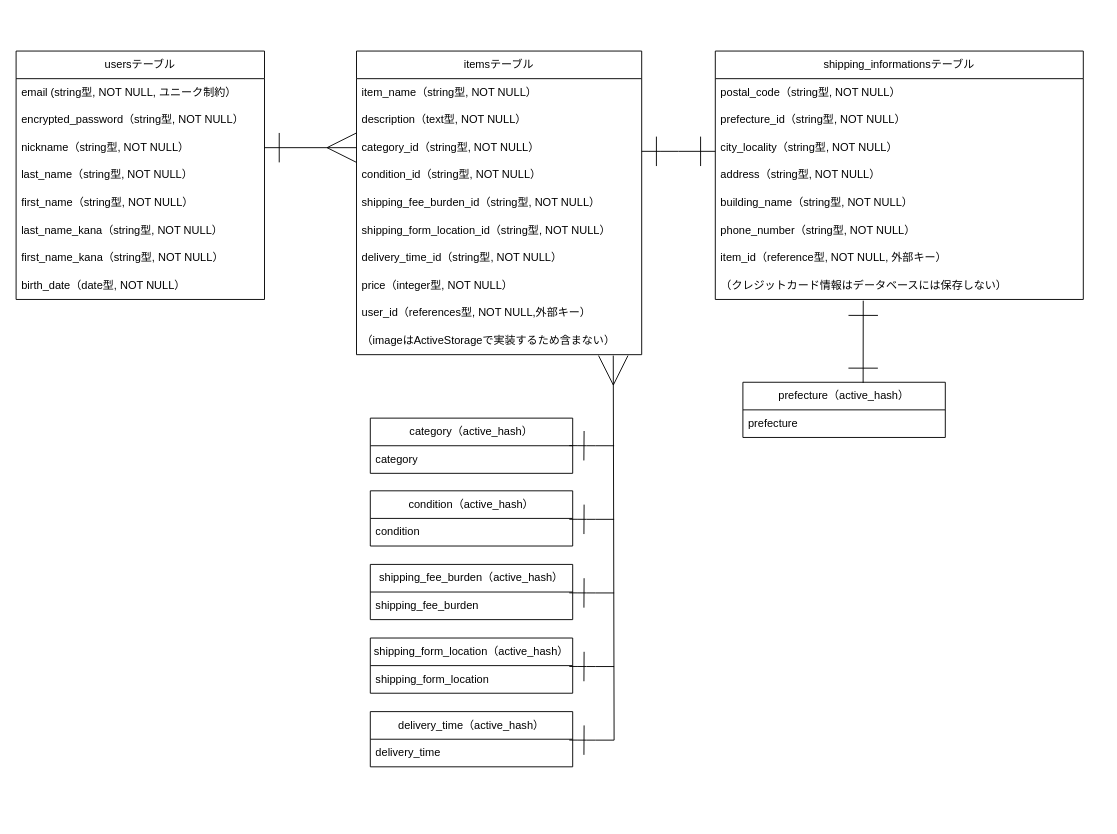
kakinotane77/furima-41868 keeps this draw.io diagram as ER.dio. Above is the earlier version. Source tidied: cells renumbered, new cells numbered last; positions are measured from the earlier drawing's top-left corner, leaving out a move shared by most shapes. Both pictures are drawn from the tidied source at 92%, with x=0, y=0 at pixel (16, 51).
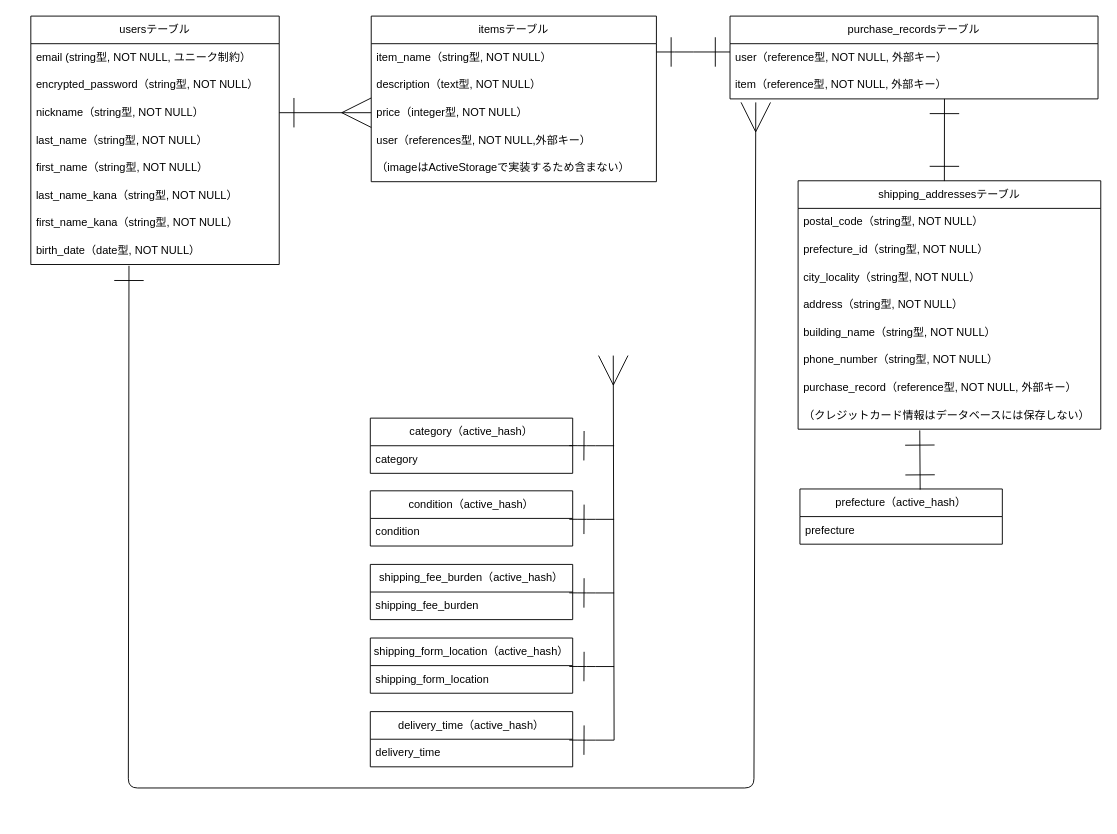
The same page after the edit.

Commit message (it also covers changes not shown here):
データベース設計（修正2）#3

The change refers to these unchanged cells:
```xml
<mxCell id="5" value="nickname（string型, NOT NULL）" style="text;strokeColor=none;fillColor=none;align=left;verticalAlign=middle;spacingLeft=4;spacingRight=4;overflow=hidden;points=[[0,0.5],[1,0.5]];portConstraint=eastwest;whiteSpace=wrap;html=1;" parent="2" vertex="1">
  <mxGeometry y="90" width="270" height="30" as="geometry" />
</mxCell>
```

Diff of the diagram source:
```diff
@@
     <mxCell id="2" value="usersテーブル" style="swimlane;fontStyle=0;horizontal=1;startSize=30;whiteSpace=wrap;html=1;" parent="1" vertex="1">
-      <mxGeometry width="270" height="270" as="geometry" />
+      <mxGeometry x="16" y="-38" width="270" height="270" as="geometry" />
     </mxCell>
@@
     <mxCell id="11" value="itemsテーブル" style="swimlane;fontStyle=0;horizontal=1;startSize=30;whiteSpace=wrap;html=1;" parent="1" vertex="1">
-      <mxGeometry x="370" width="310" height="330" as="geometry" />
+      <mxGeometry x="386" y="-38" width="310" height="180" as="geometry" />
     </mxCell>
@@
-    <mxCell id="14" value="category_id（string型, NOT NULL）" style="text;strokeColor=none;fillColor=none;align=left;verticalAlign=middle;spacingLeft=4;spacingRight=4;overflow=hidden;points=[[0,0.5],[1,0.5]];portConstraint=eastwest;whiteSpace=wrap;html=1;" parent="11" vertex="1">
-      <mxGeometry y="90" width="310" height="30" as="geometry" />
-    </mxCell>
-    <mxCell id="15" value="condition_id（string型, NOT NULL）" style="text;strokeColor=none;fillColor=none;align=left;verticalAlign=middle;spacingLeft=4;spacingRight=4;overflow=hidden;whiteSpace=wrap;html=1;" parent="11" vertex="1">
-      <mxGeometry y="120" width="310" height="30" as="geometry" />
-    </mxCell>
-    <mxCell id="16" value="shipping_fee_burden_id（string型, NOT NULL）" style="text;strokeColor=none;fillColor=none;align=left;verticalAlign=middle;spacingLeft=4;spacingRight=4;overflow=hidden;whiteSpace=wrap;html=1;" parent="11" vertex="1">
-      <mxGeometry y="150" width="310" height="30" as="geometry" />
-    </mxCell>
-    <mxCell id="17" value="shipping_form_location_id（string型, NOT NULL）" style="text;strokeColor=none;fillColor=none;align=left;verticalAlign=middle;spacingLeft=4;spacingRight=4;overflow=hidden;whiteSpace=wrap;html=1;" parent="11" vertex="1">
-      <mxGeometry y="180" width="310" height="30" as="geometry" />
-    </mxCell>
-    <mxCell id="18" value="delivery_time_id（string型, NOT NULL）" style="text;strokeColor=none;fillColor=none;align=left;verticalAlign=middle;spacingLeft=4;spacingRight=4;overflow=hidden;whiteSpace=wrap;html=1;" parent="11" vertex="1">
-      <mxGeometry y="210" width="310" height="30" as="geometry" />
-    </mxCell>
     <mxCell id="19" value="price（integer型, NOT NULL）" style="text;strokeColor=none;fillColor=none;align=left;verticalAlign=middle;spacingLeft=4;spacingRight=4;overflow=hidden;whiteSpace=wrap;html=1;" parent="11" vertex="1">
-      <mxGeometry y="240" width="310" height="30" as="geometry" />
+      <mxGeometry y="90" width="310" height="30" as="geometry" />
     </mxCell>
-    <mxCell id="20" value="user_id（references型, NOT NULL,外部キー）" style="text;strokeColor=none;fillColor=none;align=left;verticalAlign=middle;spacingLeft=4;spacingRight=4;overflow=hidden;whiteSpace=wrap;html=1;" parent="11" vertex="1">
-      <mxGeometry y="270" width="310" height="30" as="geometry" />
+    <mxCell id="20" value="user（references型, NOT NULL,外部キー）" style="text;strokeColor=none;fillColor=none;align=left;verticalAlign=middle;spacingLeft=4;spacingRight=4;overflow=hidden;whiteSpace=wrap;html=1;" parent="11" vertex="1">
+      <mxGeometry y="120" width="310" height="30" as="geometry" />
     </mxCell>
     <mxCell id="21" value="（imageはActiveStorageで実装するため含まない）" style="text;strokeColor=none;fillColor=none;align=left;verticalAlign=middle;spacingLeft=4;spacingRight=4;overflow=hidden;whiteSpace=wrap;html=1;" parent="11" vertex="1">
-      <mxGeometry y="300" width="310" height="30" as="geometry" />
+      <mxGeometry y="150" width="310" height="30" as="geometry" />
     </mxCell>
-    <mxCell id="22" style="edgeStyle=none;html=1;exitX=1;exitY=0.5;exitDx=0;exitDy=0;endArrow=ERmany;endFill=0;endSize=30;startArrow=ERone;startFill=0;startSize=30;" parent="1" edge="1" source="5" target="14">
-      <mxGeometry relative="1" as="geometry" />
+    <mxCell id="22" style="edgeStyle=none;html=1;exitX=1;exitY=0.5;exitDx=0;exitDy=0;endArrow=ERmany;endFill=0;endSize=30;startArrow=ERone;startFill=0;startSize=30;" parent="1" edge="1" source="5">
+      <mxGeometry relative="1" as="geometry">
+        <mxPoint x="386" y="67" as="targetPoint" />
+      </mxGeometry>
     </mxCell>
-    <mxCell id="23" value="shipping_informationsテーブル" style="swimlane;fontStyle=0;horizontal=1;startSize=30;whiteSpace=wrap;html=1;" parent="1" vertex="1">
-      <mxGeometry x="760" width="400" height="270" as="geometry" />
+    <mxCell id="23" value="purchase_recordsテーブル" style="swimlane;fontStyle=0;horizontal=1;startSize=30;whiteSpace=wrap;html=1;" parent="1" vertex="1">
+      <mxGeometry x="776" y="-38" width="400" height="90" as="geometry" />
     </mxCell>
-    <mxCell id="24" value="postal_code（string型, NOT NULL）" style="text;strokeColor=none;fillColor=none;align=left;verticalAlign=middle;spacingLeft=4;spacingRight=4;overflow=hidden;whiteSpace=wrap;html=1;" parent="23" vertex="1">
-      <mxGeometry y="30" width="400" height="30" as="geometry" />
-    </mxCell>
-    <mxCell id="25" value="prefecture_id（string型, NOT NULL）" style="text;strokeColor=none;fillColor=none;align=left;verticalAlign=middle;spacingLeft=4;spacingRight=4;overflow=hidden;whiteSpace=wrap;html=1;" parent="23" vertex="1">
-      <mxGeometry y="60" width="400" height="30" as="geometry" />
-    </mxCell>
-    <mxCell id="26" value="city_locality（string型, NOT NULL）" style="text;strokeColor=none;fillColor=none;align=left;verticalAlign=middle;spacingLeft=4;spacingRight=4;overflow=hidden;whiteSpace=wrap;html=1;" parent="23" vertex="1">
-      <mxGeometry y="90" width="400" height="30" as="geometry" />
-    </mxCell>
-    <mxCell id="27" value="address（string型, NOT NULL）" style="text;strokeColor=none;fillColor=none;align=left;verticalAlign=middle;spacingLeft=4;spacingRight=4;overflow=hidden;whiteSpace=wrap;html=1;" parent="23" vertex="1">
-      <mxGeometry y="120" width="400" height="30" as="geometry" />
-    </mxCell>
-    <mxCell id="28" value="building_name（string型, NOT NULL）" style="text;strokeColor=none;fillColor=none;align=left;verticalAlign=middle;spacingLeft=4;spacingRight=4;overflow=hidden;whiteSpace=wrap;html=1;" parent="23" vertex="1">
-      <mxGeometry y="150" width="400" height="30" as="geometry" />
-    </mxCell>
-    <mxCell id="29" value="phone_number（string型, NOT NULL）" style="text;strokeColor=none;fillColor=none;align=left;verticalAlign=middle;spacingLeft=4;spacingRight=4;overflow=hidden;whiteSpace=wrap;html=1;" parent="23" vertex="1">
-      <mxGeometry y="180" width="400" height="30" as="geometry" />
+    <mxCell id="29" value="user（reference型, NOT NULL, 外部キー）" style="text;strokeColor=none;fillColor=none;align=left;verticalAlign=middle;spacingLeft=4;spacingRight=4;overflow=hidden;whiteSpace=wrap;html=1;" parent="23" vertex="1">
+      <mxGeometry y="30" width="400" height="30" as="geometry" />
     </mxCell>
-    <mxCell id="30" value="item_id（reference型, NOT NULL, 外部キー）" style="text;strokeColor=none;fillColor=none;align=left;verticalAlign=middle;spacingLeft=4;spacingRight=4;overflow=hidden;whiteSpace=wrap;html=1;" parent="23" vertex="1">
-      <mxGeometry y="210" width="400" height="30" as="geometry" />
+    <mxCell id="30" value="item（reference型, NOT NULL, 外部キー）" style="text;strokeColor=none;fillColor=none;align=left;verticalAlign=middle;spacingLeft=4;spacingRight=4;overflow=hidden;whiteSpace=wrap;html=1;" parent="23" vertex="1">
+      <mxGeometry y="60" width="400" height="30" as="geometry" />
     </mxCell>
-    <mxCell id="31" value="（クレジットカード情報はデータベースには保存しない）" style="text;strokeColor=none;fillColor=none;align=left;verticalAlign=middle;spacingLeft=4;spacingRight=4;overflow=hidden;points=[[0,0.5],[1,0.5]];portConstraint=eastwest;whiteSpace=wrap;html=1;" parent="23" vertex="1">
-      <mxGeometry y="240" width="400" height="30" as="geometry" />
-    </mxCell>
     <mxCell id="32" style="edgeStyle=none;html=1;endArrow=ERone;endFill=0;endSize=30;startArrow=ERone;startFill=0;startSize=30;entryX=1;entryY=0;entryDx=0;entryDy=0;entryPerimeter=0;" parent="1" edge="1">
       <mxGeometry relative="1" as="geometry">
-        <mxPoint x="760" y="109" as="sourcePoint" />
-        <mxPoint x="680" y="109" as="targetPoint" />
+        <mxPoint x="776" y="1" as="sourcePoint" />
+        <mxPoint x="696" y="1" as="targetPoint" />
         <Array as="points">
-          <mxPoint x="760" y="109" />
-          <mxPoint x="710" y="109" />
+          <mxPoint x="776" y="1" />
+          <mxPoint x="726" y="1" />
         </Array>
       </mxGeometry>
     </mxCell>
@@
-    <mxCell id="43" value="&lt;span style=&quot;text-align: left;&quot;&gt;prefecture&lt;/span&gt;&lt;span style=&quot;text-align: left;&quot;&gt;（active_hash）&lt;/span&gt;" style="swimlane;fontStyle=0;horizontal=1;startSize=30;whiteSpace=wrap;html=1;" parent="1" vertex="1">
-      <mxGeometry x="790" y="360" width="220" height="60" as="geometry" />
-    </mxCell>
-    <mxCell id="44" value="prefecture" style="text;strokeColor=none;fillColor=none;align=left;verticalAlign=middle;spacingLeft=4;spacingRight=4;overflow=hidden;whiteSpace=wrap;html=1;" parent="43" vertex="1">
-      <mxGeometry y="30" width="220" height="30" as="geometry" />
-    </mxCell>
-    <mxCell id="45" style="endArrow=ERone;html=1;entryX=0.402;entryY=1.044;entryDx=0;entryDy=0;entryPerimeter=0;exitX=0.594;exitY=0.011;exitDx=0;exitDy=0;exitPerimeter=0;startArrow=ERone;startFill=0;endSize=30;startSize=30;endFill=0;" parent="1" edge="1" source="43" target="31">
-      <mxGeometry relative="1" as="geometry" />
-    </mxCell>
@@
+    <mxCell id="52" value="shipping_addressesテーブル" style="swimlane;fontStyle=0;horizontal=1;startSize=30;whiteSpace=wrap;html=1;" parent="1" vertex="1">
+      <mxGeometry x="850" y="141" width="329" height="270" as="geometry" />
+    </mxCell>
+    <mxCell id="24" value="postal_code（string型, NOT NULL）" style="text;strokeColor=none;fillColor=none;align=left;verticalAlign=middle;spacingLeft=4;spacingRight=4;overflow=hidden;whiteSpace=wrap;html=1;" parent="52" vertex="1">
+      <mxGeometry y="30" width="329" height="30" as="geometry" />
+    </mxCell>
+    <mxCell id="25" value="prefecture_id（string型, NOT NULL）" style="text;strokeColor=none;fillColor=none;align=left;verticalAlign=middle;spacingLeft=4;spacingRight=4;overflow=hidden;whiteSpace=wrap;html=1;" parent="52" vertex="1">
+      <mxGeometry y="60" width="329" height="30" as="geometry" />
+    </mxCell>
+    <mxCell id="26" value="city_locality（string型, NOT NULL）" style="text;strokeColor=none;fillColor=none;align=left;verticalAlign=middle;spacingLeft=4;spacingRight=4;overflow=hidden;whiteSpace=wrap;html=1;" parent="52" vertex="1">
+      <mxGeometry y="90" width="329" height="30" as="geometry" />
+    </mxCell>
+    <mxCell id="27" value="address（string型, NOT NULL）" style="text;strokeColor=none;fillColor=none;align=left;verticalAlign=middle;spacingLeft=4;spacingRight=4;overflow=hidden;whiteSpace=wrap;html=1;" parent="52" vertex="1">
+      <mxGeometry y="120" width="329" height="30" as="geometry" />
+    </mxCell>
+    <mxCell id="28" value="building_name（string型, NOT NULL）" style="text;strokeColor=none;fillColor=none;align=left;verticalAlign=middle;spacingLeft=4;spacingRight=4;overflow=hidden;whiteSpace=wrap;html=1;" parent="52" vertex="1">
+      <mxGeometry y="150" width="329" height="30" as="geometry" />
+    </mxCell>
+    <mxCell id="53" value="phone_number（string型, NOT NULL）" style="text;strokeColor=none;fillColor=none;align=left;verticalAlign=middle;spacingLeft=4;spacingRight=4;overflow=hidden;whiteSpace=wrap;html=1;" parent="52" vertex="1">
+      <mxGeometry y="180" width="329" height="30" as="geometry" />
+    </mxCell>
+    <mxCell id="54" value="purchase_record（reference型, NOT NULL, 外部キー）" style="text;strokeColor=none;fillColor=none;align=left;verticalAlign=middle;spacingLeft=4;spacingRight=4;overflow=hidden;whiteSpace=wrap;html=1;" parent="52" vertex="1">
+      <mxGeometry y="210" width="329" height="30" as="geometry" />
+    </mxCell>
+    <mxCell id="31" value="（クレジットカード情報はデータベースには保存しない）" style="text;strokeColor=none;fillColor=none;align=left;verticalAlign=middle;spacingLeft=4;spacingRight=4;overflow=hidden;points=[[0,0.5],[1,0.5]];portConstraint=eastwest;whiteSpace=wrap;html=1;" parent="52" vertex="1">
+      <mxGeometry y="240" width="329" height="30" as="geometry" />
+    </mxCell>
+    <mxCell id="43" value="&lt;span style=&quot;text-align: left;&quot;&gt;prefecture&lt;/span&gt;&lt;span style=&quot;text-align: left;&quot;&gt;（active_hash）&lt;/span&gt;" style="swimlane;fontStyle=0;horizontal=1;startSize=30;whiteSpace=wrap;html=1;" parent="1" vertex="1">
+      <mxGeometry x="852" y="476" width="220" height="60" as="geometry" />
+    </mxCell>
+    <mxCell id="44" value="prefecture" style="text;strokeColor=none;fillColor=none;align=left;verticalAlign=middle;spacingLeft=4;spacingRight=4;overflow=hidden;whiteSpace=wrap;html=1;" parent="43" vertex="1">
+      <mxGeometry y="30" width="220" height="30" as="geometry" />
+    </mxCell>
+    <mxCell id="45" style="endArrow=ERone;html=1;entryX=0.402;entryY=1.044;entryDx=0;entryDy=0;entryPerimeter=0;exitX=0.594;exitY=0.011;exitDx=0;exitDy=0;exitPerimeter=0;startArrow=ERone;startFill=0;endSize=30;startSize=30;endFill=0;" parent="1" edge="1" source="43" target="31">
+      <mxGeometry relative="1" as="geometry" />
+    </mxCell>
+    <mxCell id="55" style="endArrow=ERone;html=1;entryX=0.402;entryY=1.044;entryDx=0;entryDy=0;entryPerimeter=0;exitX=0.594;exitY=0.011;exitDx=0;exitDy=0;exitPerimeter=0;startArrow=ERone;startFill=0;endSize=30;startSize=30;endFill=0;" parent="1" edge="1">
+      <mxGeometry relative="1" as="geometry">
+        <mxPoint x="1009" y="141.3" as="sourcePoint" />
+        <mxPoint x="1009.1" y="52" as="targetPoint" />
+      </mxGeometry>
+    </mxCell>
+    <mxCell id="56" style="edgeStyle=none;html=1;endArrow=ERmany;endFill=0;endSize=30;startArrow=ERone;startFill=0;startSize=30;exitX=0.595;exitY=1.047;exitDx=0;exitDy=0;exitPerimeter=0;entryX=0.13;entryY=1.127;entryDx=0;entryDy=0;entryPerimeter=0;" parent="1" edge="1">
+      <mxGeometry relative="1" as="geometry">
+        <mxPoint x="122.7" y="233.4" as="sourcePoint" />
+        <mxPoint x="804" y="55.8" as="targetPoint" />
+        <Array as="points">
+          <mxPoint x="122" y="801" />
+          <mxPoint x="802" y="801" />
+        </Array>
+      </mxGeometry>
+    </mxCell>
```
